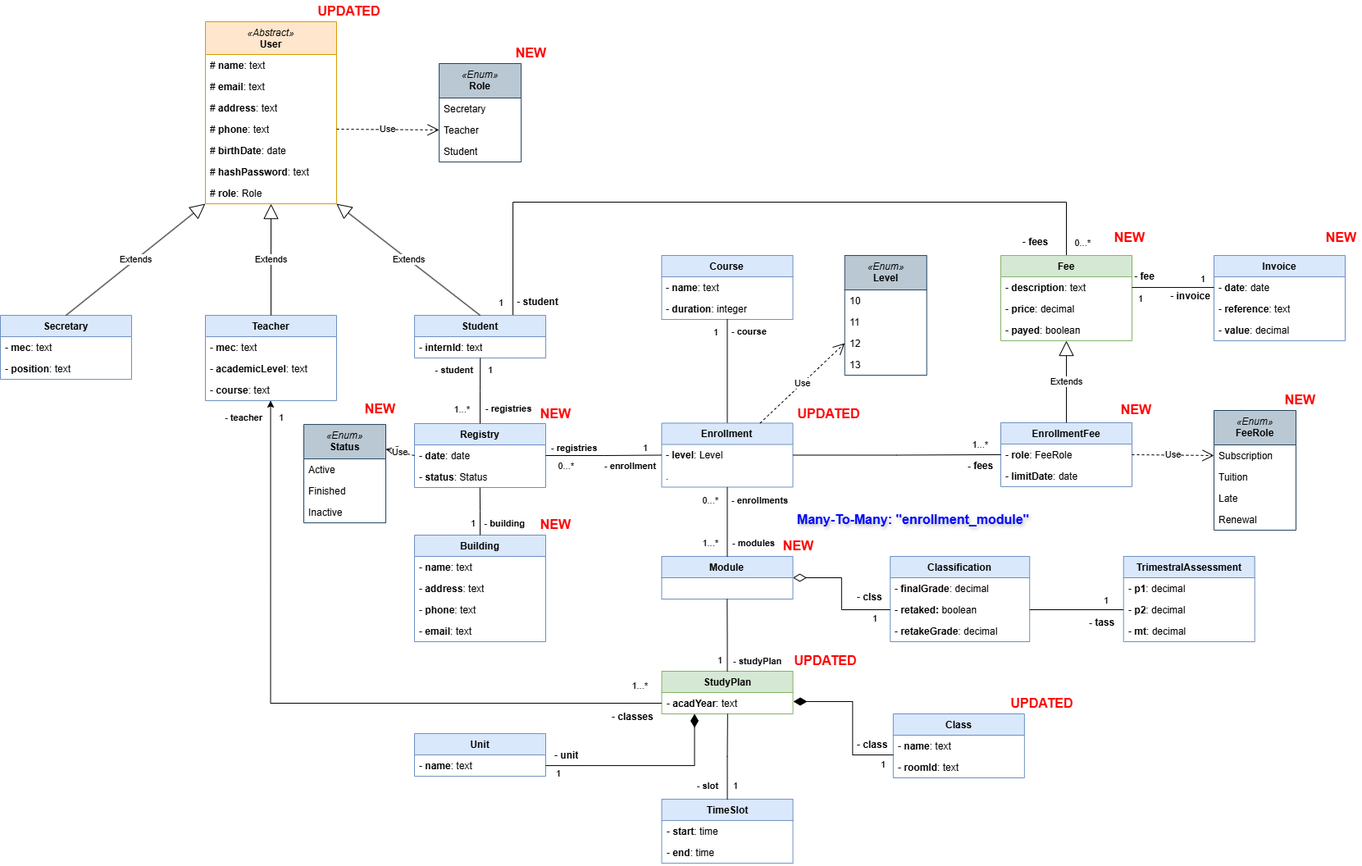
Above: documentation/data-model.drawio.png in Joaquim-Claudio/Imptel-Online_P.D.S-2024-2025 (draw.io), before the change. Source tidied: cells renumbered, new cells last; positions are measured from the earlier drawing's top-left corner, leaving out a move shared by most shapes.
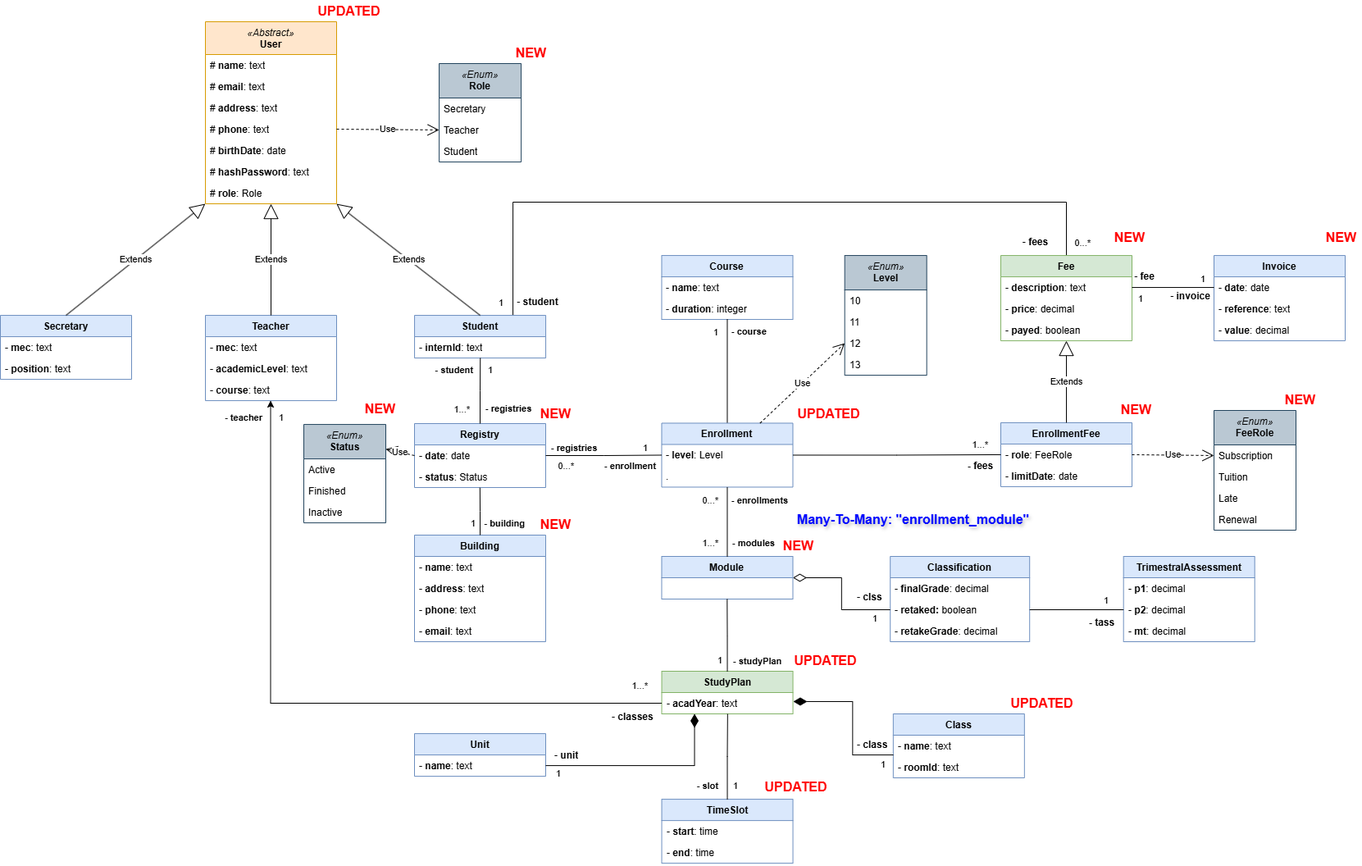
The same diagram one commit later.

The edit, as a diff of the source:
```diff
@@ -502,5 +502,8 @@
     <mxCell id="159" value="UPDATED" style="text;align=center;fontStyle=1;verticalAlign=middle;spacingLeft=3;spacingRight=3;html=1;fontColor=#ff0000;fontSize=16;" parent="1" vertex="1">
       <mxGeometry x="965.6" y="792" width="80.3" height="26" as="geometry" />
     </mxCell>
+    <mxCell id="160" value="UPDATED" style="text;align=center;fontStyle=1;verticalAlign=middle;spacingLeft=3;spacingRight=3;html=1;fontColor=#ff0000;fontSize=16;" parent="1" vertex="1">
+      <mxGeometry x="930" y="946.1" width="80.3" height="26" as="geometry" />
+    </mxCell>
   </root>
 </mxGraphModel>
```
